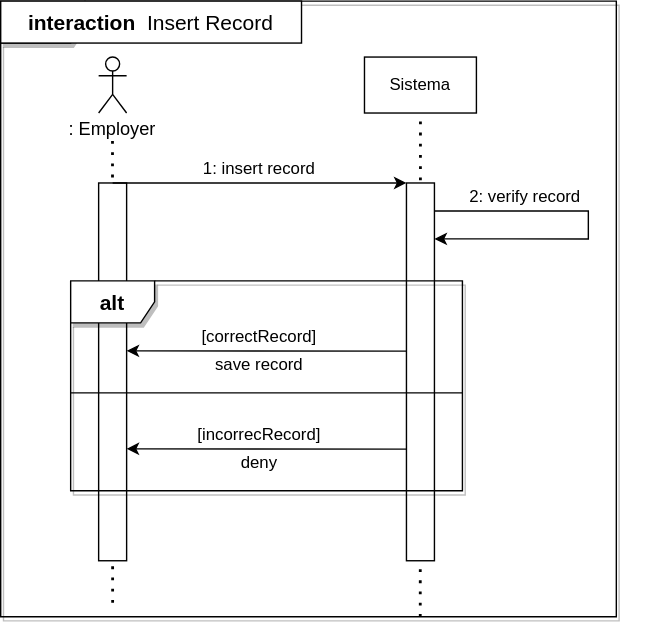
This is doc/diagrams/sequence/Insert-Record/Insert-Record.svg from Alessio240593/SeasonalWorkApp, a draw.io export, as it was before one commit. Source tidied: cells renumbered, new cells last; positions are measured from the earlier drawing's top-left corner, leaving out a move shared by most shapes. Its diagram source:
```xml
<mxGraphModel>
  <root>
    <mxCell id="0" />
    <mxCell id="1" parent="0" />
    <mxCell id="2" value="Login" style="shape=umlFrame;whiteSpace=wrap;html=1;fontSize=15;shadow=1;" parent="1" vertex="1">
      <mxGeometry x="55" width="440" height="440" as="geometry" />
    </mxCell>
    <mxCell id="3" style="endArrow=none;dashed=1;html=1;dashPattern=1 3;strokeWidth=2;rounded=0;entryX=0.5;entryY=1;entryDx=0;entryDy=0;" parent="1" edge="1" target="7">
      <mxGeometry relative="1" as="geometry">
        <mxPoint x="354.9" y="440" as="sourcePoint" />
      </mxGeometry>
    </mxCell>
    <mxCell id="4" style="endArrow=none;dashed=1;html=1;dashPattern=1 3;strokeWidth=2;rounded=0;" parent="1" edge="1">
      <mxGeometry relative="1" as="geometry">
        <mxPoint x="135" y="430" as="sourcePoint" />
        <mxPoint x="134.9" y="100" as="targetPoint" />
      </mxGeometry>
    </mxCell>
    <mxCell id="5" style="rounded=0;whiteSpace=wrap;html=1;rotation=90;" parent="1" vertex="1">
      <mxGeometry y="255" width="270" height="20" as="geometry" />
    </mxCell>
    <mxCell id="6" style="shape=umlActor;verticalLabelPosition=bottom;verticalAlign=top;html=1;" parent="1" vertex="1">
      <mxGeometry x="125" y="40" width="20" height="40" as="geometry" />
    </mxCell>
    <mxCell id="7" value="Sistema" style="rounded=0;whiteSpace=wrap;html=1;" parent="1" vertex="1">
      <mxGeometry x="315" y="40" width="80" height="40" as="geometry" />
    </mxCell>
    <mxCell id="8" style="endArrow=classic;html=1;rounded=0;entryX=0;entryY=1;entryDx=0;entryDy=0;" parent="1" edge="1" target="9">
      <mxGeometry relative="1" as="geometry">
        <mxPoint x="135" y="130" as="sourcePoint" />
      </mxGeometry>
    </mxCell>
    <mxCell id="9" style="rounded=0;whiteSpace=wrap;html=1;rotation=90;" parent="1" vertex="1">
      <mxGeometry x="220" y="255" width="270" height="20" as="geometry" />
    </mxCell>
    <mxCell id="10" value="1: insert record" style="text;html=1;strokeColor=none;fillColor=none;align=center;verticalAlign=middle;whiteSpace=wrap;rounded=0;" parent="1" vertex="1">
      <mxGeometry x="145" y="110" width="190" height="20" as="geometry" />
    </mxCell>
    <mxCell id="11" style="endArrow=classic;html=1;rounded=0;entryX=0.148;entryY=-0.002;entryDx=0;entryDy=0;entryPerimeter=0;" parent="1" edge="1" target="9">
      <mxGeometry relative="1" as="geometry">
        <mxPoint x="365" y="150" as="sourcePoint" />
        <Array as="points">
          <mxPoint x="475" y="150" />
          <mxPoint x="475" y="170" />
        </Array>
      </mxGeometry>
    </mxCell>
    <mxCell id="12" value="2: verify record" style="text;html=1;strokeColor=none;fillColor=none;align=center;verticalAlign=middle;whiteSpace=wrap;rounded=0;" parent="1" vertex="1">
      <mxGeometry x="335" y="130" width="190" height="20" as="geometry" />
    </mxCell>
    <mxCell id="13" style="endArrow=classic;html=1;rounded=0;exitX=0.314;exitY=1;exitDx=0;exitDy=0;exitPerimeter=0;entryX=0;entryY=0;entryDx=0;entryDy=0;" parent="1" edge="1" target="19">
      <mxGeometry relative="1" as="geometry">
        <mxPoint x="345" y="320.2" as="sourcePoint" />
      </mxGeometry>
    </mxCell>
    <mxCell id="14" style="endArrow=classic;html=1;rounded=0;exitX=0.314;exitY=1;exitDx=0;exitDy=0;exitPerimeter=0;entryX=0;entryY=0;entryDx=0;entryDy=0;" parent="1" edge="1" target="18">
      <mxGeometry relative="1" as="geometry">
        <mxPoint x="345" y="250.2" as="sourcePoint" />
      </mxGeometry>
    </mxCell>
    <mxCell id="15" style="line;strokeWidth=1;fillColor=none;align=left;verticalAlign=middle;spacingTop=-1;spacingLeft=3;spacingRight=3;labelPosition=right;" parent="1" vertex="1">
      <mxGeometry x="105" y="276" width="280" height="8" as="geometry" />
    </mxCell>
    <mxCell id="16" value="[correctRecord]" style="text;html=1;strokeColor=none;fillColor=none;align=center;verticalAlign=middle;whiteSpace=wrap;rounded=0;" parent="1" vertex="1">
      <mxGeometry x="145" y="230" width="190" height="20" as="geometry" />
    </mxCell>
    <mxCell id="17" value="[incorrecRecord]" style="text;html=1;strokeColor=none;fillColor=none;align=center;verticalAlign=middle;whiteSpace=wrap;rounded=0;" parent="1" vertex="1">
      <mxGeometry x="145" y="300" width="190" height="20" as="geometry" />
    </mxCell>
    <mxCell id="18" value="save record" style="text;html=1;strokeColor=none;fillColor=none;align=center;verticalAlign=middle;whiteSpace=wrap;rounded=0;" parent="1" vertex="1">
      <mxGeometry x="145" y="250" width="190" height="20" as="geometry" />
    </mxCell>
    <mxCell id="19" value="deny" style="text;html=1;strokeColor=none;fillColor=none;align=center;verticalAlign=middle;whiteSpace=wrap;rounded=0;" parent="1" vertex="1">
      <mxGeometry x="145" y="320" width="190" height="20" as="geometry" />
    </mxCell>
    <mxCell id="20" value="&lt;font style=&quot;font-size: 13px;&quot;&gt;: Employer&lt;/font&gt;" style="text;html=1;strokeColor=none;fillColor=none;align=center;verticalAlign=middle;whiteSpace=wrap;rounded=0;shadow=0;sketch=0;fontSize=15;" parent="1" vertex="1">
      <mxGeometry x="95" y="80" width="80" height="20" as="geometry" />
    </mxCell>
    <mxCell id="21" value="&lt;b&gt;interaction&amp;nbsp;&lt;/b&gt;&amp;nbsp;Insert Record" style="rounded=0;whiteSpace=wrap;html=1;shadow=0;sketch=0;fontSize=15;" parent="1" vertex="1">
      <mxGeometry x="55" width="215" height="30" as="geometry" />
    </mxCell>
    <mxCell id="22" value="&lt;b&gt;&lt;font style=&quot;font-size: 15px;&quot;&gt;alt&lt;/font&gt;&lt;/b&gt;" style="shape=umlFrame;whiteSpace=wrap;html=1;shadow=1;" parent="1" vertex="1">
      <mxGeometry x="105" y="200" width="280" height="150" as="geometry" />
    </mxCell>
  </root>
</mxGraphModel>
```
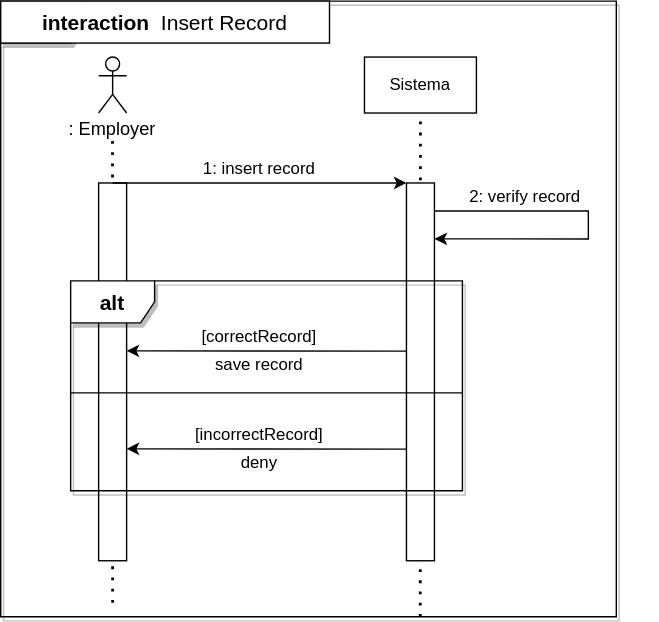
The same file after the commit.

What changed in the source:
```diff
@@ -64,7 +64,7 @@
     <mxCell id="16" value="[correctRecord]" style="text;html=1;strokeColor=none;fillColor=none;align=center;verticalAlign=middle;whiteSpace=wrap;rounded=0;" parent="1" vertex="1">
       <mxGeometry x="145" y="230" width="190" height="20" as="geometry" />
     </mxCell>
-    <mxCell id="17" value="[incorrecRecord]" style="text;html=1;strokeColor=none;fillColor=none;align=center;verticalAlign=middle;whiteSpace=wrap;rounded=0;" parent="1" vertex="1">
+    <mxCell id="17" value="[incorrectRecord]" style="text;html=1;strokeColor=none;fillColor=none;align=center;verticalAlign=middle;whiteSpace=wrap;rounded=0;" parent="1" vertex="1">
       <mxGeometry x="145" y="300" width="190" height="20" as="geometry" />
     </mxCell>
     <mxCell id="18" value="save record" style="text;html=1;strokeColor=none;fillColor=none;align=center;verticalAlign=middle;whiteSpace=wrap;rounded=0;" parent="1" vertex="1">
@@ -77,7 +77,7 @@
       <mxGeometry x="95" y="80" width="80" height="20" as="geometry" />
     </mxCell>
     <mxCell id="21" value="&lt;b&gt;interaction&amp;nbsp;&lt;/b&gt;&amp;nbsp;Insert Record" style="rounded=0;whiteSpace=wrap;html=1;shadow=0;sketch=0;fontSize=15;" parent="1" vertex="1">
-      <mxGeometry x="55" width="215" height="30" as="geometry" />
+      <mxGeometry x="55" width="235" height="30" as="geometry" />
     </mxCell>
     <mxCell id="22" value="&lt;b&gt;&lt;font style=&quot;font-size: 15px;&quot;&gt;alt&lt;/font&gt;&lt;/b&gt;" style="shape=umlFrame;whiteSpace=wrap;html=1;shadow=1;" parent="1" vertex="1">
       <mxGeometry x="105" y="200" width="280" height="150" as="geometry" />
```
